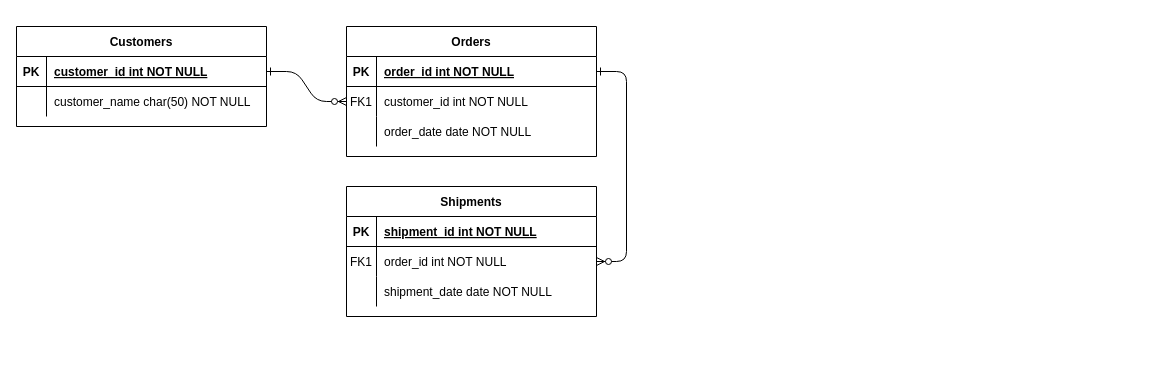
Earlier version of the draw.io diagram 名称未設定ファイル.drawio (hie3-336/ER-draw.io). Source tidied: cells renumbered, new cells numbered last; positions are measured from the earlier drawing's top-left corner, leaving out a move shared by most shapes. Both pictures are drawn from the tidied source at 100%, with x=0, y=0 at pixel (16, 26).
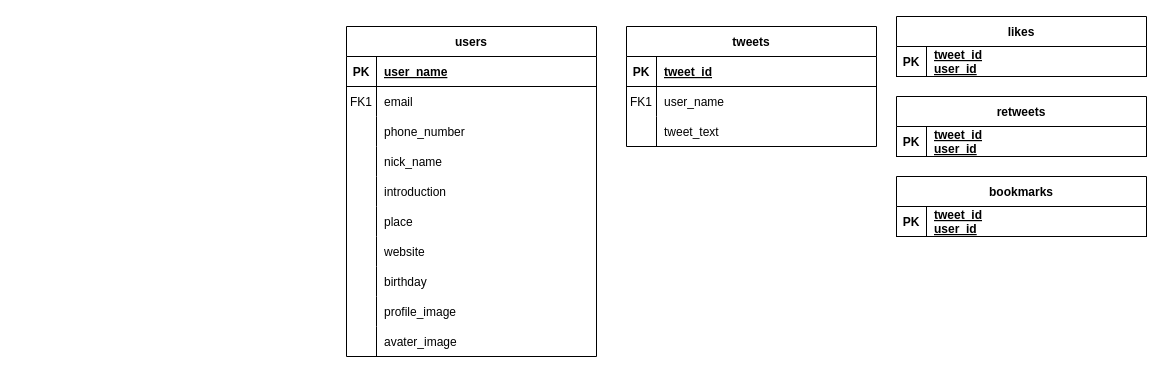
The same page after the edit.

Commit message:
名称未設定ファイル.drawio を更新します

Unchanged cells that the change refers to:
```xml
<mxCell id="5" style="shape=partialRectangle;fillColor=none;points=[[0,0.5],[1,0.5]];portConstraint=eastwest;top=0;left=0;right=0;bottom=1;" parent="4" vertex="1">
  <mxGeometry y="30" width="250" height="30" as="geometry" />
</mxCell>
<mxCell id="8" style="shape=partialRectangle;fillColor=none;points=[[0,0.5],[1,0.5]];portConstraint=eastwest;top=0;left=0;right=0;bottom=0;" parent="4" vertex="1">
  <mxGeometry y="60" width="250" height="30" as="geometry" />
</mxCell>
<mxCell id="11" style="shape=partialRectangle;fillColor=none;top=0;left=0;right=0;bottom=0;" parent="4" vertex="1">
  <mxGeometry y="90" width="250" height="30" as="geometry" />
</mxCell>
```

Change to the diagram source:
```diff
@@
-    <mxCell id="2" style="edgeStyle=entityRelationEdgeStyle;endArrow=ERzeroToMany;startArrow=ERone;endFill=1;startFill=0;" parent="1" edge="1" source="25" target="8">
-      <mxGeometry relative="1" as="geometry" />
-    </mxCell>
-    <mxCell id="3" style="edgeStyle=entityRelationEdgeStyle;endArrow=ERzeroToMany;startArrow=ERone;endFill=1;startFill=0;" parent="1" edge="1" source="5" target="18">
-      <mxGeometry relative="1" as="geometry" />
-    </mxCell>
-    <mxCell id="4" value="Orders" style="shape=table;startSize=30;childLayout=tableLayout;rowLines=0;fontStyle=1;align=center;" parent="1" vertex="1">
-      <mxGeometry x="330" width="250" height="130" as="geometry" />
+    <mxCell id="4" value="users" style="shape=table;startSize=30;childLayout=tableLayout;rowLines=0;fontStyle=1;align=center;" parent="1" vertex="1">
+      <mxGeometry x="330" width="250" height="330" as="geometry" />
     </mxCell>
@@
-    <mxCell id="7" value="order_id int NOT NULL " style="shape=partialRectangle;overflow=hidden;fillColor=none;top=0;left=0;bottom=0;right=0;align=left;spacingLeft=6;fontStyle=5;" parent="5" vertex="1">
+    <mxCell id="7" value="user_name" style="shape=partialRectangle;overflow=hidden;fillColor=none;top=0;left=0;bottom=0;right=0;align=left;spacingLeft=6;fontStyle=5;" parent="5" vertex="1">
       <mxGeometry x="30" width="220" height="30" as="geometry" />
     </mxCell>
@@
-    <mxCell id="10" value="customer_id int NOT NULL" style="shape=partialRectangle;overflow=hidden;fillColor=none;top=0;left=0;bottom=0;right=0;align=left;spacingLeft=6;" parent="8" vertex="1">
+    <mxCell id="10" value="email" style="shape=partialRectangle;overflow=hidden;fillColor=none;top=0;left=0;bottom=0;right=0;align=left;spacingLeft=6;" parent="8" vertex="1">
       <mxGeometry x="30" width="220" height="30" as="geometry" />
     </mxCell>
@@
-    <mxCell id="13" value="order_date date NOT NULL" style="shape=partialRectangle;overflow=hidden;fillColor=none;top=0;left=0;bottom=0;right=0;align=left;spacingLeft=6;" parent="11" vertex="1">
+    <mxCell id="13" value="phone_number" style="shape=partialRectangle;overflow=hidden;fillColor=none;top=0;left=0;bottom=0;right=0;align=left;spacingLeft=6;" parent="11" vertex="1">
       <mxGeometry x="30" width="220" height="30" as="geometry" />
     </mxCell>
-    <mxCell id="14" value="Shipments" style="shape=table;startSize=30;childLayout=tableLayout;rowLines=0;fontStyle=1;align=center;" parent="1" vertex="1">
-      <mxGeometry x="330" y="160" width="250" height="130" as="geometry" />
-    </mxCell>
-    <mxCell id="15" style="shape=partialRectangle;fillColor=none;top=0;left=0;right=0;bottom=1;" parent="14" vertex="1">
-      <mxGeometry y="30" width="250" height="30" as="geometry" />
-    </mxCell>
-    <mxCell id="16" value="PK" style="shape=partialRectangle;overflow=hidden;fillColor=none;top=0;left=0;bottom=0;right=0;fontStyle=1;" parent="15" vertex="1">
-      <mxGeometry width="30" height="30" as="geometry" />
-    </mxCell>
-    <mxCell id="17" value="shipment_id int NOT NULL " style="shape=partialRectangle;overflow=hidden;fillColor=none;top=0;left=0;bottom=0;right=0;align=left;spacingLeft=6;fontStyle=5;" parent="15" vertex="1">
-      <mxGeometry x="30" width="220" height="30" as="geometry" />
-    </mxCell>
-    <mxCell id="18" style="shape=partialRectangle;fillColor=none;points=[[0,0.5],[1,0.5]];portConstraint=eastwest;top=0;left=0;right=0;bottom=0;" parent="14" vertex="1">
-      <mxGeometry y="60" width="250" height="30" as="geometry" />
-    </mxCell>
+    <mxCell id="31" style="shape=partialRectangle;fillColor=none;top=0;left=0;right=0;bottom=0;" parent="4" vertex="1">
+      <mxGeometry y="120" width="250" height="30" as="geometry" />
+    </mxCell>
+    <mxCell id="32" style="shape=partialRectangle;overflow=hidden;fillColor=none;top=0;left=0;bottom=0;right=0;" parent="31" vertex="1">
+      <mxGeometry width="30" height="30" as="geometry" />
+    </mxCell>
+    <mxCell id="33" value="nick_name" style="shape=partialRectangle;overflow=hidden;fillColor=none;top=0;left=0;bottom=0;right=0;align=left;spacingLeft=6;" parent="31" vertex="1">
+      <mxGeometry x="30" width="220" height="30" as="geometry" />
+    </mxCell>
+    <mxCell id="34" style="shape=partialRectangle;fillColor=none;top=0;left=0;right=0;bottom=0;" parent="4" vertex="1">
+      <mxGeometry y="150" width="250" height="30" as="geometry" />
+    </mxCell>
+    <mxCell id="35" style="shape=partialRectangle;overflow=hidden;fillColor=none;top=0;left=0;bottom=0;right=0;" parent="34" vertex="1">
+      <mxGeometry width="30" height="30" as="geometry" />
+    </mxCell>
+    <mxCell id="36" value="introduction" style="shape=partialRectangle;overflow=hidden;fillColor=none;top=0;left=0;bottom=0;right=0;align=left;spacingLeft=6;" parent="34" vertex="1">
+      <mxGeometry x="30" width="220" height="30" as="geometry" />
+    </mxCell>
+    <mxCell id="37" style="shape=partialRectangle;fillColor=none;top=0;left=0;right=0;bottom=0;" parent="4" vertex="1">
+      <mxGeometry y="180" width="250" height="30" as="geometry" />
+    </mxCell>
+    <mxCell id="38" style="shape=partialRectangle;overflow=hidden;fillColor=none;top=0;left=0;bottom=0;right=0;" parent="37" vertex="1">
+      <mxGeometry width="30" height="30" as="geometry" />
+    </mxCell>
+    <mxCell id="39" value="place" style="shape=partialRectangle;overflow=hidden;fillColor=none;top=0;left=0;bottom=0;right=0;align=left;spacingLeft=6;" parent="37" vertex="1">
+      <mxGeometry x="30" width="220" height="30" as="geometry" />
+    </mxCell>
+    <mxCell id="40" style="shape=partialRectangle;fillColor=none;top=0;left=0;right=0;bottom=0;" parent="4" vertex="1">
+      <mxGeometry y="210" width="250" height="30" as="geometry" />
+    </mxCell>
+    <mxCell id="41" style="shape=partialRectangle;overflow=hidden;fillColor=none;top=0;left=0;bottom=0;right=0;" parent="40" vertex="1">
+      <mxGeometry width="30" height="30" as="geometry" />
+    </mxCell>
+    <mxCell id="42" value="website" style="shape=partialRectangle;overflow=hidden;fillColor=none;top=0;left=0;bottom=0;right=0;align=left;spacingLeft=6;" parent="40" vertex="1">
+      <mxGeometry x="30" width="220" height="30" as="geometry" />
+    </mxCell>
+    <mxCell id="43" style="shape=partialRectangle;fillColor=none;top=0;left=0;right=0;bottom=0;" parent="4" vertex="1">
+      <mxGeometry y="240" width="250" height="30" as="geometry" />
+    </mxCell>
+    <mxCell id="44" style="shape=partialRectangle;overflow=hidden;fillColor=none;top=0;left=0;bottom=0;right=0;" parent="43" vertex="1">
+      <mxGeometry width="30" height="30" as="geometry" />
+    </mxCell>
+    <mxCell id="45" value="birthday" style="shape=partialRectangle;overflow=hidden;fillColor=none;top=0;left=0;bottom=0;right=0;align=left;spacingLeft=6;" parent="43" vertex="1">
+      <mxGeometry x="30" width="220" height="30" as="geometry" />
+    </mxCell>
+    <mxCell id="46" style="shape=partialRectangle;fillColor=none;top=0;left=0;right=0;bottom=0;" parent="4" vertex="1">
+      <mxGeometry y="270" width="250" height="30" as="geometry" />
+    </mxCell>
+    <mxCell id="47" style="shape=partialRectangle;overflow=hidden;fillColor=none;top=0;left=0;bottom=0;right=0;" parent="46" vertex="1">
+      <mxGeometry width="30" height="30" as="geometry" />
+    </mxCell>
+    <mxCell id="48" value="profile_image" style="shape=partialRectangle;overflow=hidden;fillColor=none;top=0;left=0;bottom=0;right=0;align=left;spacingLeft=6;" parent="46" vertex="1">
+      <mxGeometry x="30" width="220" height="30" as="geometry" />
+    </mxCell>
+    <mxCell id="49" style="shape=partialRectangle;fillColor=none;top=0;left=0;right=0;bottom=0;" parent="4" vertex="1">
+      <mxGeometry y="300" width="250" height="30" as="geometry" />
+    </mxCell>
+    <mxCell id="50" style="shape=partialRectangle;overflow=hidden;fillColor=none;top=0;left=0;bottom=0;right=0;" parent="49" vertex="1">
+      <mxGeometry width="30" height="30" as="geometry" />
+    </mxCell>
+    <mxCell id="51" value="avater_image" style="shape=partialRectangle;overflow=hidden;fillColor=none;top=0;left=0;bottom=0;right=0;align=left;spacingLeft=6;" parent="49" vertex="1">
+      <mxGeometry x="30" width="220" height="30" as="geometry" />
+    </mxCell>
+    <mxCell id="52" value="tweets" style="shape=table;startSize=30;childLayout=tableLayout;rowLines=0;fontStyle=1;align=center;" parent="1" vertex="1">
+      <mxGeometry x="610" width="250" height="120" as="geometry" />
+    </mxCell>
+    <mxCell id="53" style="shape=partialRectangle;fillColor=none;top=0;left=0;right=0;bottom=1;" parent="52" vertex="1">
+      <mxGeometry y="30" width="250" height="30" as="geometry" />
+    </mxCell>
+    <mxCell id="54" value="PK" style="shape=partialRectangle;overflow=hidden;fillColor=none;top=0;left=0;bottom=0;right=0;fontStyle=1;" parent="53" vertex="1">
+      <mxGeometry width="30" height="30" as="geometry" />
+    </mxCell>
+    <mxCell id="55" value="tweet_id" style="shape=partialRectangle;overflow=hidden;fillColor=none;top=0;left=0;bottom=0;right=0;align=left;spacingLeft=6;fontStyle=5;" parent="53" vertex="1">
+      <mxGeometry x="30" width="220" height="30" as="geometry" />
+    </mxCell>
+    <mxCell id="56" style="shape=partialRectangle;fillColor=none;top=0;left=0;right=0;bottom=0;" parent="52" vertex="1">
+      <mxGeometry y="60" width="250" height="30" as="geometry" />
+    </mxCell>
-    <mxCell id="19" value="FK1" style="shape=partialRectangle;overflow=hidden;fillColor=none;top=0;left=0;bottom=0;right=0;" parent="18" vertex="1">
+    <mxCell id="19" value="FK1" style="shape=partialRectangle;overflow=hidden;fillColor=none;top=0;left=0;bottom=0;right=0;" parent="56" vertex="1">
       <mxGeometry width="30" height="30" as="geometry" />
     </mxCell>
-    <mxCell id="20" value="order_id int NOT NULL" style="shape=partialRectangle;overflow=hidden;fillColor=none;top=0;left=0;bottom=0;right=0;align=left;spacingLeft=6;" parent="18" vertex="1">
-      <mxGeometry x="30" width="220" height="30" as="geometry" />
-    </mxCell>
+    <mxCell id="57" value="user_name" style="shape=partialRectangle;overflow=hidden;fillColor=none;top=0;left=0;bottom=0;right=0;align=left;spacingLeft=6;" parent="56" vertex="1">
+      <mxGeometry x="30" width="220" height="30" as="geometry" />
+    </mxCell>
-    <mxCell id="21" style="shape=partialRectangle;fillColor=none;top=0;left=0;right=0;bottom=0;" parent="14" vertex="1">
+    <mxCell id="21" style="shape=partialRectangle;fillColor=none;top=0;left=0;right=0;bottom=0;" parent="52" vertex="1">
       <mxGeometry y="90" width="250" height="30" as="geometry" />
     </mxCell>
-    <mxCell id="22" style="shape=partialRectangle;overflow=hidden;fillColor=none;top=0;left=0;bottom=0;right=0;" parent="21" vertex="1">
-      <mxGeometry width="30" height="30" as="geometry" />
-    </mxCell>
-    <mxCell id="23" value="shipment_date date NOT NULL" style="shape=partialRectangle;overflow=hidden;fillColor=none;top=0;left=0;bottom=0;right=0;align=left;spacingLeft=6;" parent="21" vertex="1">
-      <mxGeometry x="30" width="220" height="30" as="geometry" />
-    </mxCell>
-    <mxCell id="24" value="Customers" style="shape=table;startSize=30;childLayout=tableLayout;rowLines=0;fontStyle=1;align=center;" parent="1" vertex="1">
-      <mxGeometry width="250" height="100" as="geometry" />
-    </mxCell>
-    <mxCell id="25" style="shape=partialRectangle;fillColor=none;points=[[0,0.5],[1,0.5]];portConstraint=eastwest;top=0;left=0;right=0;bottom=1;" parent="24" vertex="1">
-      <mxGeometry y="30" width="250" height="30" as="geometry" />
-    </mxCell>
-    <mxCell id="26" value="PK" style="shape=partialRectangle;overflow=hidden;fillColor=none;top=0;left=0;bottom=0;right=0;fontStyle=1;" parent="25" vertex="1">
-      <mxGeometry width="30" height="30" as="geometry" />
-    </mxCell>
-    <mxCell id="27" value="customer_id int NOT NULL " style="shape=partialRectangle;overflow=hidden;fillColor=none;top=0;left=0;bottom=0;right=0;align=left;spacingLeft=6;fontStyle=5;" parent="25" vertex="1">
-      <mxGeometry x="30" width="220" height="30" as="geometry" />
-    </mxCell>
-    <mxCell id="28" style="shape=partialRectangle;fillColor=none;top=0;left=0;right=0;bottom=0;" parent="24" vertex="1">
-      <mxGeometry y="60" width="250" height="30" as="geometry" />
-    </mxCell>
-    <mxCell id="29" style="shape=partialRectangle;overflow=hidden;fillColor=none;top=0;left=0;bottom=0;right=0;" parent="28" vertex="1">
-      <mxGeometry width="30" height="30" as="geometry" />
-    </mxCell>
-    <mxCell id="30" value="customer_name char(50) NOT NULL" style="shape=partialRectangle;overflow=hidden;fillColor=none;top=0;left=0;bottom=0;right=0;align=left;spacingLeft=6;" parent="28" vertex="1">
-      <mxGeometry x="30" width="220" height="30" as="geometry" />
-    </mxCell>
+    <mxCell id="58" style="shape=partialRectangle;overflow=hidden;fillColor=none;top=0;left=0;bottom=0;right=0;" parent="21" vertex="1">
+      <mxGeometry width="30" height="30" as="geometry" />
+    </mxCell>
+    <mxCell id="59" value="tweet_text" style="shape=partialRectangle;overflow=hidden;fillColor=none;top=0;left=0;bottom=0;right=0;align=left;spacingLeft=6;" parent="21" vertex="1">
+      <mxGeometry x="30" width="220" height="30" as="geometry" />
+    </mxCell>
+    <mxCell id="60" value="likes" style="shape=table;startSize=30;childLayout=tableLayout;rowLines=0;fontStyle=1;align=center;" parent="1" vertex="1">
+      <mxGeometry x="880" y="-10" width="250" height="60" as="geometry" />
+    </mxCell>
+    <mxCell id="61" style="shape=partialRectangle;fillColor=none;top=0;left=0;right=0;bottom=1;" parent="60" vertex="1">
+      <mxGeometry y="30" width="250" height="30" as="geometry" />
+    </mxCell>
+    <mxCell id="62" value="PK" style="shape=partialRectangle;overflow=hidden;fillColor=none;top=0;left=0;bottom=0;right=0;fontStyle=1;" parent="61" vertex="1">
+      <mxGeometry width="30" height="30" as="geometry" />
+    </mxCell>
+    <mxCell id="63" value="tweet_id&#10;user_id" style="shape=partialRectangle;overflow=hidden;fillColor=none;top=0;left=0;bottom=0;right=0;align=left;spacingLeft=6;fontStyle=5;" parent="61" vertex="1">
+      <mxGeometry x="30" width="220" height="30" as="geometry" />
+    </mxCell>
+    <mxCell id="64" value="retweets" style="shape=table;startSize=30;childLayout=tableLayout;rowLines=0;fontStyle=1;align=center;" parent="1" vertex="1">
+      <mxGeometry x="880" y="70" width="250" height="60" as="geometry" />
+    </mxCell>
+    <mxCell id="65" style="shape=partialRectangle;fillColor=none;top=0;left=0;right=0;bottom=1;" parent="64" vertex="1">
+      <mxGeometry y="30" width="250" height="30" as="geometry" />
+    </mxCell>
+    <mxCell id="66" value="PK" style="shape=partialRectangle;overflow=hidden;fillColor=none;top=0;left=0;bottom=0;right=0;fontStyle=1;" parent="65" vertex="1">
+      <mxGeometry width="30" height="30" as="geometry" />
+    </mxCell>
+    <mxCell id="67" value="tweet_id&#10;user_id" style="shape=partialRectangle;overflow=hidden;fillColor=none;top=0;left=0;bottom=0;right=0;align=left;spacingLeft=6;fontStyle=5;" parent="65" vertex="1">
+      <mxGeometry x="30" width="220" height="30" as="geometry" />
+    </mxCell>
+    <mxCell id="68" value="bookmarks" style="shape=table;startSize=30;childLayout=tableLayout;rowLines=0;fontStyle=1;align=center;" parent="1" vertex="1">
+      <mxGeometry x="880" y="150" width="250" height="60" as="geometry" />
+    </mxCell>
+    <mxCell id="69" style="shape=partialRectangle;fillColor=none;top=0;left=0;right=0;bottom=1;" parent="68" vertex="1">
+      <mxGeometry y="30" width="250" height="30" as="geometry" />
+    </mxCell>
+    <mxCell id="70" value="PK" style="shape=partialRectangle;overflow=hidden;fillColor=none;top=0;left=0;bottom=0;right=0;fontStyle=1;" parent="69" vertex="1">
+      <mxGeometry width="30" height="30" as="geometry" />
+    </mxCell>
+    <mxCell id="71" value="tweet_id&#10;user_id" style="shape=partialRectangle;overflow=hidden;fillColor=none;top=0;left=0;bottom=0;right=0;align=left;spacingLeft=6;fontStyle=5;" parent="69" vertex="1">
+      <mxGeometry x="30" width="220" height="30" as="geometry" />
+    </mxCell>
```
